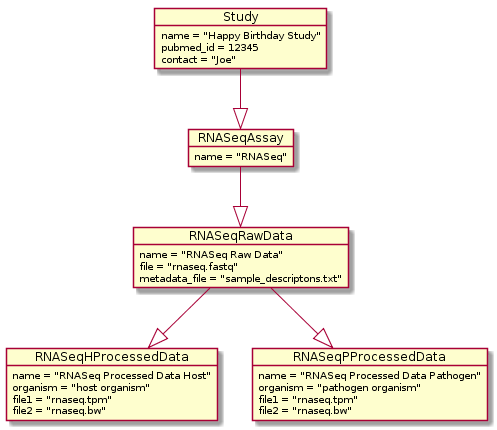
Before: project_planning/images/host_pathogen_assays_uml.png, a diagram exported from PlantUML (jbrestel/org-docs). Its diagram source:
```plantuml
@startuml
object Study {
        name = "Happy Birthday Study"
        pubmed_id = 12345
            contact = "Joe"
}
object RNASeqAssay {
        name = "RNASeq"
}

object RNASeqRawData {
        name = "RNASeq Raw Data"
        file = "rnaseq.fastq"
	    metadata_file = "sample_descriptons.txt"
}
object RNASeqHProcessedData {
        name = "RNASeq Processed Data Host"
        organism = "host organism"
        file1 = "rnaseq.tpm"
        file2 = "rnaseq.bw"
}
object RNASeqPProcessedData {
        name = "RNASeq Processed Data Pathogen"
        organism = "pathogen organism"
        file1 = "rnaseq.tpm"
        file2 = "rnaseq.bw"
}

Study --|> RNASeqAssay
RNASeqAssay --|> RNASeqRawData
RNASeqRawData --|> RNASeqPProcessedData
RNASeqRawData --|> RNASeqHProcessedData
@enduml
```
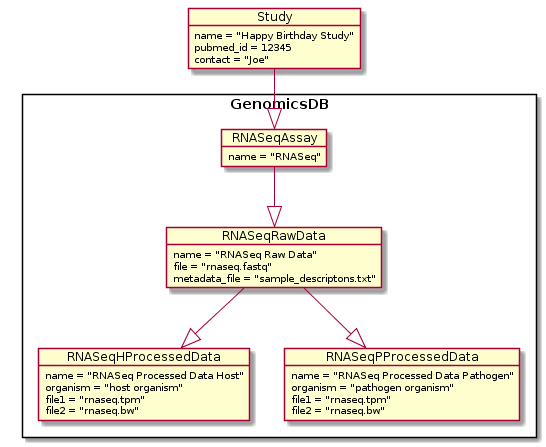
The same file after the commit.

Change to the diagram source:
```diff
@@ -2,28 +2,30 @@
 object Study {
         name = "Happy Birthday Study"
         pubmed_id = 12345
-            contact = "Joe"
+        contact = "Joe"
 }
-object RNASeqAssay {
-        name = "RNASeq"
-}
+rectangle GenomicsDB {
+        object RNASeqAssay {
+                name = "RNASeq"
+        }
 
-object RNASeqRawData {
-        name = "RNASeq Raw Data"
-        file = "rnaseq.fastq"
-	    metadata_file = "sample_descriptons.txt"
-}
-object RNASeqHProcessedData {
-        name = "RNASeq Processed Data Host"
-        organism = "host organism"
-        file1 = "rnaseq.tpm"
-        file2 = "rnaseq.bw"
-}
-object RNASeqPProcessedData {
-        name = "RNASeq Processed Data Pathogen"
-        organism = "pathogen organism"
-        file1 = "rnaseq.tpm"
-        file2 = "rnaseq.bw"
+        object RNASeqRawData {
+                name = "RNASeq Raw Data"
+                file = "rnaseq.fastq"
+                metadata_file = "sample_descriptons.txt"
+        }
+        object RNASeqHProcessedData {
+                name = "RNASeq Processed Data Host"
+                organism = "host organism"
+                file1 = "rnaseq.tpm"
+                file2 = "rnaseq.bw"
+        }
+        object RNASeqPProcessedData {
+                name = "RNASeq Processed Data Pathogen"
+                organism = "pathogen organism"
+                file1 = "rnaseq.tpm"
+                file2 = "rnaseq.bw"
+        }
 }
 
 Study --|> RNASeqAssay
```
